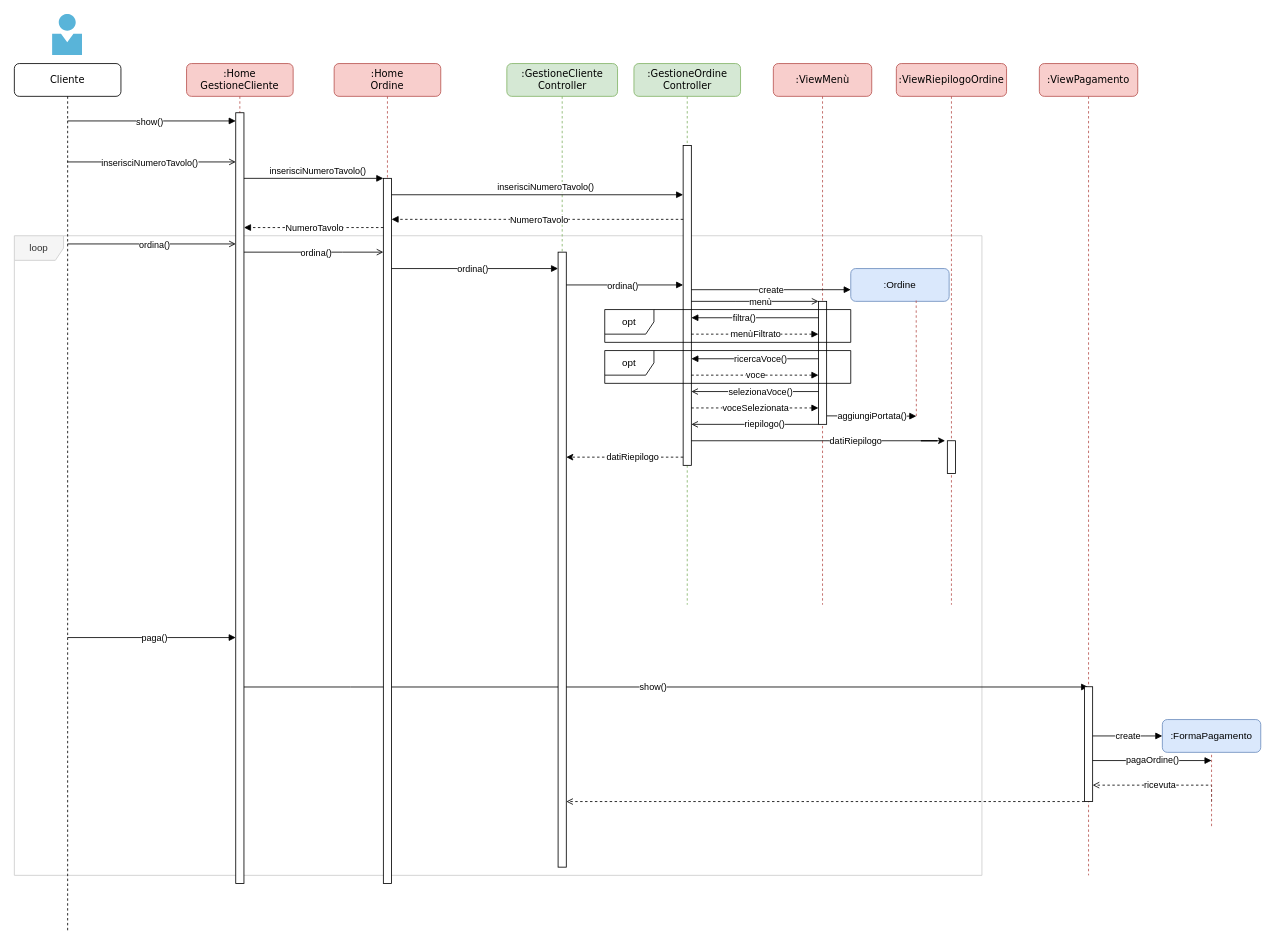
Before: page "cliente" (3 of 3) of sequenza.drawio in Marco-Burattoni/Progetto-ids, a draw.io diagram. Source tidied: cells renumbered, new cells numbered last; positions are measured from the earlier drawing's top-left corner, leaving out a move shared by most shapes. Both pictures are drawn from the tidied source at 82%, with x=0, y=0 at pixel (14, 14).
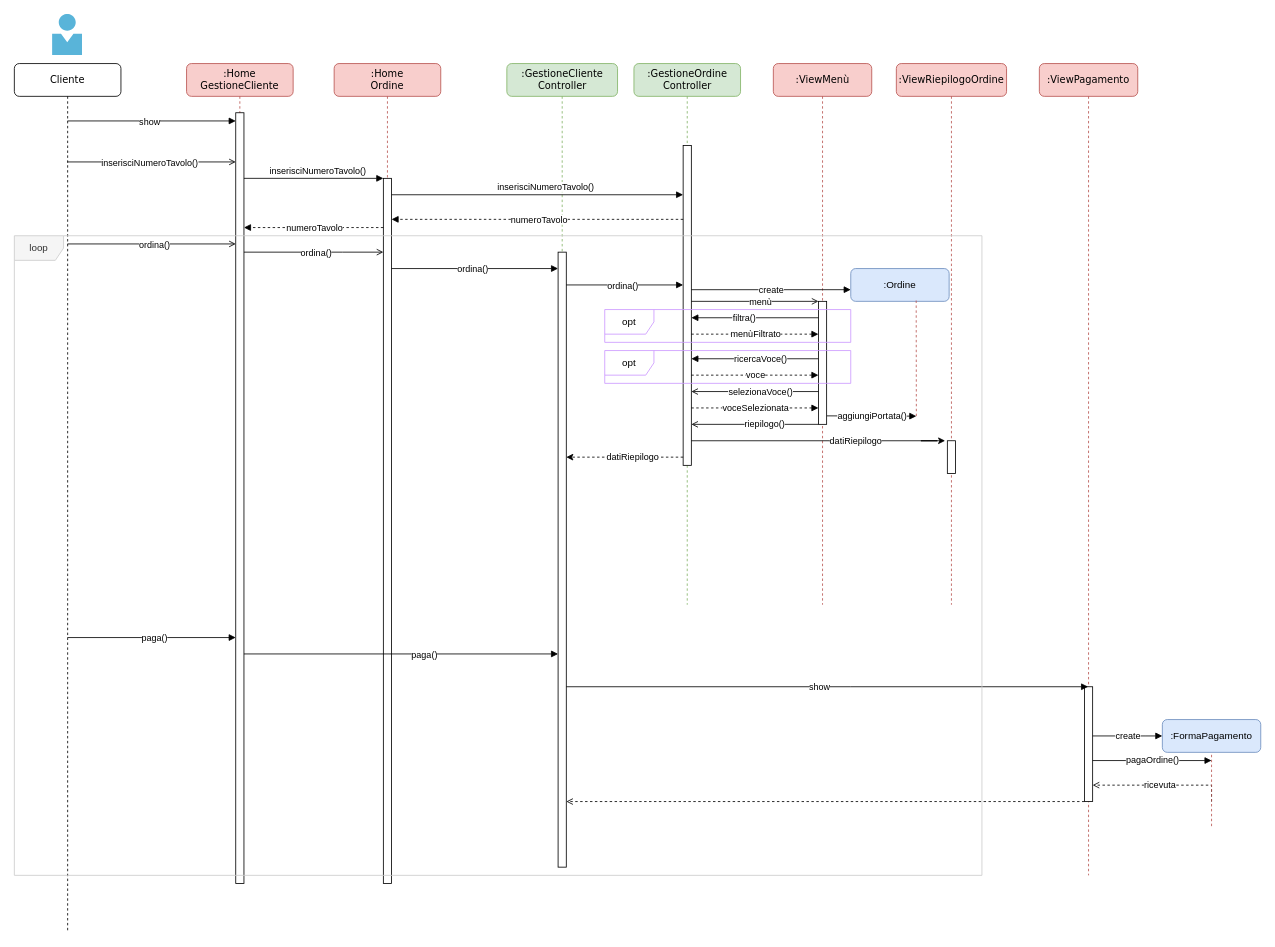
The same diagram, later.

Unchanged cells that the change refers to:
```xml
<mxCell id="4" value=":Home&lt;br&gt;GestioneCliente" style="shape=umlLifeline;perimeter=lifelinePerimeter;whiteSpace=wrap;html=1;rounded=1;shadow=0;comic=0;labelBackgroundColor=none;strokeWidth=1;fontFamily=Verdana;fontSize=12;align=center;fillColor=#f8cecc;strokeColor=#b85450;" parent="1" vertex="1">
  <mxGeometry x="210" y="60" width="130" height="1000" as="geometry" />
</mxCell>
<mxCell id="5" style="html=1;points=[];perimeter=orthogonalPerimeter;rounded=0;shadow=0;comic=0;labelBackgroundColor=none;strokeWidth=1;fontFamily=Verdana;fontSize=12;align=center;" parent="4" vertex="1">
  <mxGeometry x="60" y="60" width="10" height="940" as="geometry" />
</mxCell>
<mxCell id="9" style="html=1;points=[];perimeter=orthogonalPerimeter;rounded=0;shadow=0;comic=0;labelBackgroundColor=none;strokeWidth=1;fontFamily=Verdana;fontSize=12;align=center;" parent="8" vertex="1">
  <mxGeometry x="62.5" y="230" width="10" height="750" as="geometry" />
</mxCell>
<mxCell id="17" style="html=1;points=[];perimeter=orthogonalPerimeter;rounded=0;shadow=0;comic=0;labelBackgroundColor=none;strokeWidth=1;fontFamily=Verdana;fontSize=12;align=center;" parent="16" vertex="1">
  <mxGeometry x="60" y="100" width="10" height="390" as="geometry" />
</mxCell>
<mxCell id="19" value="Cliente" style="shape=umlLifeline;perimeter=lifelinePerimeter;whiteSpace=wrap;html=1;outlineConnect=0;rounded=1;shadow=0;comic=0;labelBackgroundColor=none;strokeWidth=1;fontFamily=Verdana;fontSize=12;align=center;size=40;" parent="1" vertex="1">
  <mxGeometry y="60" width="130" height="1060" as="geometry" />
</mxCell>
<mxCell id="30" value=":ViewPagamento" style="shape=umlLifeline;perimeter=lifelinePerimeter;whiteSpace=wrap;html=1;outlineConnect=0;rounded=1;shadow=0;comic=0;labelBackgroundColor=none;strokeWidth=1;fontFamily=Verdana;fontSize=12;align=center;fillColor=#f8cecc;strokeColor=#b85450;" parent="1" vertex="1">
  <mxGeometry x="1250" y="60" width="120" height="990" as="geometry" />
</mxCell>
<mxCell id="33" value=":Home&lt;br&gt;Ordine" style="shape=umlLifeline;perimeter=lifelinePerimeter;whiteSpace=wrap;html=1;rounded=1;shadow=0;comic=0;labelBackgroundColor=none;strokeWidth=1;fontFamily=Verdana;fontSize=12;align=center;fillColor=#f8cecc;strokeColor=#b85450;" parent="1" vertex="1">
  <mxGeometry x="390" y="60" width="130" height="1000" as="geometry" />
</mxCell>
<mxCell id="34" style="html=1;points=[];perimeter=orthogonalPerimeter;rounded=0;shadow=0;comic=0;labelBackgroundColor=none;strokeWidth=1;fontFamily=Verdana;fontSize=12;align=center;" parent="33" vertex="1">
  <mxGeometry x="60" y="140" width="10" height="860" as="geometry" />
</mxCell>
```

The edit, as a diff of the source:
```diff
@@
-    <mxCell id="2" value="loop" style="shape=umlFrame;whiteSpace=wrap;html=1;fillColor=#f5f5f5;fontColor=#333333;strokeColor=#CCCCCC;" parent="1" vertex="1">
-      <mxGeometry y="270" width="1180" height="780" as="geometry" />
-    </mxCell>
@@
-    <mxCell id="7" value="&lt;font style=&quot;font-size: 11px; background-color: rgb(255, 255, 255);&quot; face=&quot;Helvetica&quot;&gt;show()&lt;/font&gt;" style="html=1;verticalAlign=bottom;endArrow=block;labelBackgroundColor=none;fontFamily=Verdana;fontSize=12;elbow=vertical;rounded=0;" parent="4" edge="1" target="30">
-      <mxGeometry x="-0.03" y="-10" relative="1" as="geometry">
-        <mxPoint x="70" y="760.3" as="sourcePoint" />
-        <Array as="points">
-          <mxPoint x="200" y="760.3" />
-        </Array>
-      </mxGeometry>
-    </mxCell>
@@
-    <mxCell id="20" value="&lt;font style=&quot;font-size: 11px; background-color: rgb(255, 255, 255);&quot; face=&quot;Helvetica&quot;&gt;show()&lt;/font&gt;" style="html=1;verticalAlign=bottom;endArrow=block;labelBackgroundColor=none;fontFamily=Verdana;fontSize=12;elbow=vertical;rounded=0;" parent="19" edge="1">
+    <mxCell id="20" value="&lt;font style=&quot;font-size: 11px; background-color: rgb(255, 255, 255);&quot; face=&quot;Helvetica&quot;&gt;show&lt;/font&gt;" style="html=1;verticalAlign=bottom;endArrow=block;labelBackgroundColor=none;fontFamily=Verdana;fontSize=12;elbow=vertical;rounded=0;" parent="19" edge="1">
       <mxGeometry x="-0.03" y="-10" relative="1" as="geometry">
         <mxPoint x="64.8" y="70" as="sourcePoint" />
         <mxPoint x="270" y="70" as="targetPoint" />
         <Array as="points">
           <mxPoint x="160" y="70" />
         </Array>
       </mxGeometry>
     </mxCell>
@@
+    <mxCell id="60" value="&lt;font style=&quot;font-size: 11px; background-color: rgb(255, 255, 255);&quot; face=&quot;Helvetica&quot;&gt;paga()&lt;/font&gt;" style="html=1;verticalAlign=bottom;endArrow=block;labelBackgroundColor=none;fontFamily=Verdana;fontSize=12;elbow=vertical;rounded=0;" parent="33" edge="1" target="9">
+      <mxGeometry x="0.15" y="-10" relative="1" as="geometry">
+        <mxPoint x="-110" y="720" as="sourcePoint" />
+        <Array as="points">
+          <mxPoint x="-14.8" y="720" />
+        </Array>
+      </mxGeometry>
+    </mxCell>
@@
-    <mxCell id="36" value="&lt;font style=&quot;font-size: 11px; background-color: rgb(255, 255, 255);&quot; face=&quot;Helvetica&quot;&gt;NumeroTavolo&lt;/font&gt;" style="html=1;verticalAlign=bottom;endArrow=block;labelBackgroundColor=none;fontFamily=Verdana;fontSize=12;elbow=vertical;rounded=0;dashed=1;jumpStyle=arc;" parent="1" edge="1" source="17" target="34">
+    <mxCell id="36" value="&lt;font style=&quot;font-size: 11px; background-color: rgb(255, 255, 255);&quot; face=&quot;Helvetica&quot;&gt;numeroTavolo&lt;/font&gt;" style="html=1;verticalAlign=bottom;endArrow=block;labelBackgroundColor=none;fontFamily=Verdana;fontSize=12;elbow=vertical;rounded=0;dashed=1;jumpStyle=arc;" parent="1" edge="1" source="17" target="34">
       <mxGeometry x="-0.01" y="10" relative="1" as="geometry">
         <Array as="points">
           <mxPoint x="540" y="250" />
         </Array>
       </mxGeometry>
     </mxCell>
-    <mxCell id="37" value="&lt;font style=&quot;font-size: 11px; background-color: rgb(255, 255, 255);&quot; face=&quot;Helvetica&quot;&gt;NumeroTavolo&lt;/font&gt;" style="html=1;verticalAlign=bottom;endArrow=block;labelBackgroundColor=none;fontFamily=Verdana;fontSize=12;elbow=vertical;rounded=0;dashed=1;jumpStyle=arc;" parent="1" edge="1" source="34" target="5">
+    <mxCell id="37" value="&lt;font style=&quot;font-size: 11px; background-color: rgb(255, 255, 255);&quot; face=&quot;Helvetica&quot;&gt;numeroTavolo&lt;/font&gt;" style="html=1;verticalAlign=bottom;endArrow=block;labelBackgroundColor=none;fontFamily=Verdana;fontSize=12;elbow=vertical;rounded=0;dashed=1;jumpStyle=arc;" parent="1" edge="1" source="34" target="5">
       <mxGeometry x="-0.01" y="10" relative="1" as="geometry">
         <Array as="points">
           <mxPoint x="400" y="260" />
         </Array>
       </mxGeometry>
     </mxCell>
@@
-    <mxCell id="57" value="opt" style="shape=umlFrame;whiteSpace=wrap;html=1;" parent="1" vertex="1">
+    <mxCell id="57" value="opt" style="shape=umlFrame;whiteSpace=wrap;html=1;strokeColor=#CC99FF;" parent="1" vertex="1">
       <mxGeometry x="720" y="360" width="300" height="40" as="geometry" />
     </mxCell>
-    <mxCell id="58" value="opt" style="shape=umlFrame;whiteSpace=wrap;html=1;" parent="1" vertex="1">
+    <mxCell id="58" value="opt" style="shape=umlFrame;whiteSpace=wrap;html=1;strokeColor=#CC99FF;" parent="1" vertex="1">
       <mxGeometry x="720" y="410" width="300" height="40" as="geometry" />
     </mxCell>
@@
+    <mxCell id="7" value="&lt;font style=&quot;font-size: 11px; background-color: rgb(255, 255, 255);&quot; face=&quot;Helvetica&quot;&gt;show&lt;/font&gt;" style="html=1;verticalAlign=bottom;endArrow=block;labelBackgroundColor=none;fontFamily=Verdana;fontSize=12;elbow=vertical;rounded=0;" parent="1" edge="1" source="9" target="30">
+      <mxGeometry x="-0.03" y="-10" relative="1" as="geometry">
+        <Array as="points">
+          <mxPoint x="1020" y="820" />
+        </Array>
+      </mxGeometry>
+    </mxCell>
+    <mxCell id="2" value="loop" style="shape=umlFrame;whiteSpace=wrap;html=1;fillColor=#f5f5f5;fontColor=#333333;strokeColor=#CCCCCC;" parent="1" vertex="1">
+      <mxGeometry y="270" width="1180" height="780" as="geometry" />
+    </mxCell>
```
